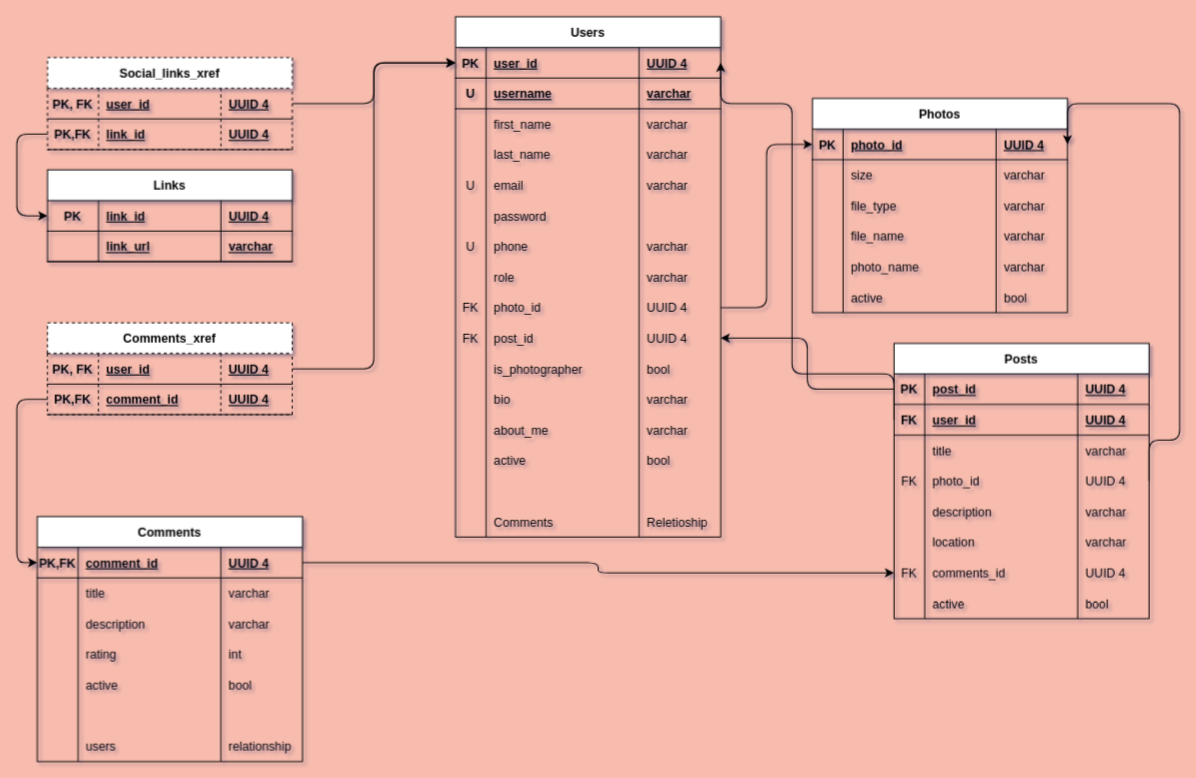
Earlier version of the draw.io diagram erd/erd.drawio (jakeegbert04/BE-capstone). Source tidied: cells renumbered, new cells numbered last; positions are measured from the earlier drawing's top-left corner, leaving out a move shared by most shapes. Both pictures are drawn from the tidied source at 102%, with x=0, y=0 at pixel (16, 16).
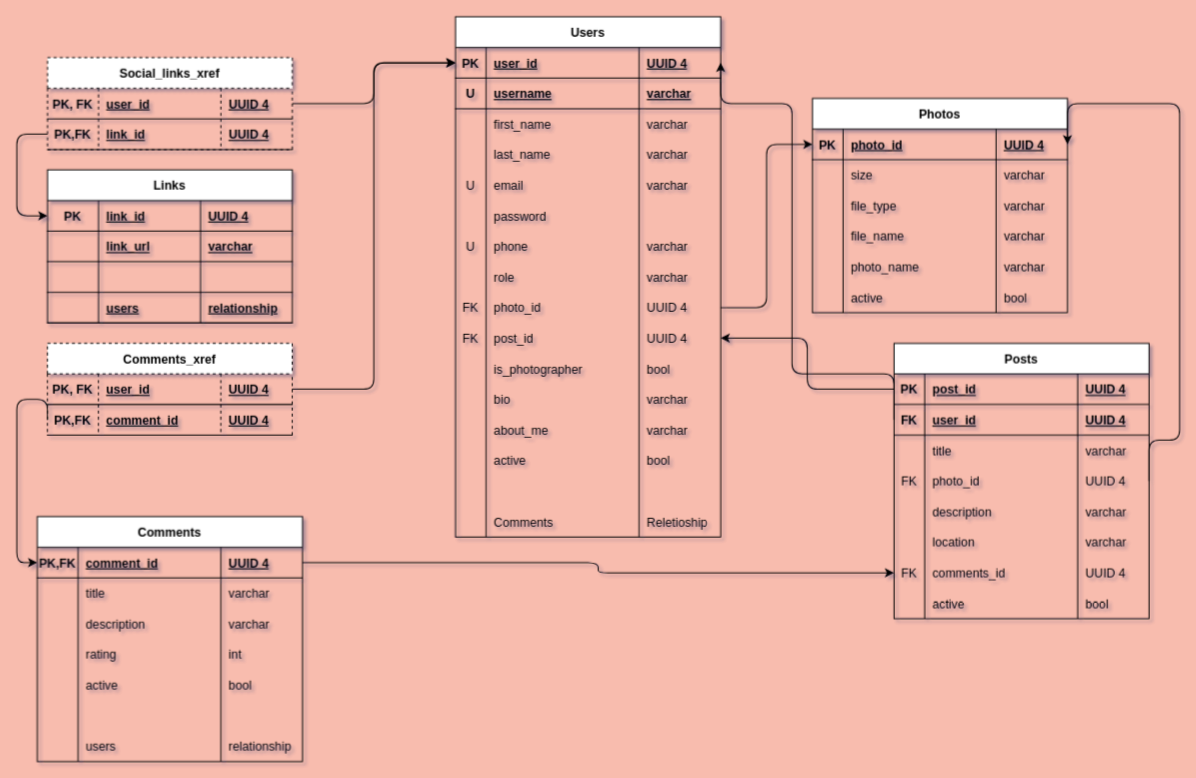
The same diagram, later.

Unchanged cells that the change refers to:
```xml
<mxCell id="166" style="shape=tableRow;horizontal=0;startSize=0;swimlaneHead=0;swimlaneBody=0;fillColor=none;points=[[0,0.5],[1,0.5]];portConstraint=eastwest;top=0;left=0;right=0;bottom=1;" parent="165" vertex="1">
  <mxGeometry y="30" width="240" height="30" as="geometry" />
</mxCell>
<mxCell id="170" style="shape=tableRow;horizontal=0;startSize=0;swimlaneHead=0;swimlaneBody=0;fillColor=none;top=0;left=0;right=0;bottom=1;" parent="165" vertex="1">
  <mxGeometry y="60" width="240" height="30" as="geometry" />
</mxCell>
```

Change to the diagram source:
```diff
@@
     <mxCell id="165" value="Links" style="shape=table;startSize=30;childLayout=tableLayout;rowLines=0;fontStyle=1;align=center;" parent="1" vertex="1">
-      <mxGeometry x="30" y="150" width="240" height="90" as="geometry" />
+      <mxGeometry x="30" y="150" width="240" height="150" as="geometry" />
     </mxCell>
@@
     <mxCell id="168" value="link_id" style="shape=partialRectangle;fillColor=none;top=0;left=0;bottom=0;right=0;align=left;spacingLeft=6;fontStyle=5;overflow=hidden;" parent="166" vertex="1">
-      <mxGeometry x="50" width="120" height="30" as="geometry" />
+      <mxGeometry x="50" width="100" height="30" as="geometry" />
     </mxCell>
     <mxCell id="169" value="UUID 4" style="shape=partialRectangle;fillColor=none;top=0;left=0;bottom=0;right=0;align=left;spacingLeft=6;fontStyle=5;overflow=hidden;" parent="166" vertex="1">
-      <mxGeometry x="170" width="70" height="30" as="geometry" />
+      <mxGeometry x="150" width="90" height="30" as="geometry" />
     </mxCell>
@@
     <mxCell id="172" value="link_url" style="shape=partialRectangle;fillColor=none;top=0;left=0;bottom=0;right=0;align=left;spacingLeft=6;fontStyle=5;overflow=hidden;" parent="170" vertex="1">
-      <mxGeometry x="50" width="120" height="30" as="geometry" />
+      <mxGeometry x="50" width="100" height="30" as="geometry" />
     </mxCell>
     <mxCell id="173" value="varchar" style="shape=partialRectangle;fillColor=none;top=0;left=0;bottom=0;right=0;align=left;spacingLeft=6;fontStyle=5;overflow=hidden;" parent="170" vertex="1">
-      <mxGeometry x="170" width="70" height="30" as="geometry" />
+      <mxGeometry x="150" width="90" height="30" as="geometry" />
     </mxCell>
+    <mxCell id="191" style="shape=tableRow;horizontal=0;startSize=0;swimlaneHead=0;swimlaneBody=0;fillColor=none;top=0;left=0;right=0;bottom=1;" parent="165" vertex="1">
+      <mxGeometry y="90" width="240" height="30" as="geometry" />
+    </mxCell>
+    <mxCell id="192" style="shape=partialRectangle;fillColor=none;top=0;left=0;bottom=0;right=0;fontStyle=1;overflow=hidden;" parent="191" vertex="1">
+      <mxGeometry width="50" height="30" as="geometry" />
+    </mxCell>
+    <mxCell id="193" style="shape=partialRectangle;fillColor=none;top=0;left=0;bottom=0;right=0;align=left;spacingLeft=6;fontStyle=5;overflow=hidden;" parent="191" vertex="1">
+      <mxGeometry x="50" width="100" height="30" as="geometry" />
+    </mxCell>
+    <mxCell id="194" style="shape=partialRectangle;fillColor=none;top=0;left=0;bottom=0;right=0;align=left;spacingLeft=6;fontStyle=5;overflow=hidden;" parent="191" vertex="1">
+      <mxGeometry x="150" width="90" height="30" as="geometry" />
+    </mxCell>
+    <mxCell id="195" style="shape=tableRow;horizontal=0;startSize=0;swimlaneHead=0;swimlaneBody=0;fillColor=none;top=0;left=0;right=0;bottom=1;" parent="165" vertex="1">
+      <mxGeometry y="120" width="240" height="30" as="geometry" />
+    </mxCell>
+    <mxCell id="196" style="shape=partialRectangle;fillColor=none;top=0;left=0;bottom=0;right=0;fontStyle=1;overflow=hidden;" parent="195" vertex="1">
+      <mxGeometry width="50" height="30" as="geometry" />
+    </mxCell>
+    <mxCell id="197" value="users" style="shape=partialRectangle;fillColor=none;top=0;left=0;bottom=0;right=0;align=left;spacingLeft=6;fontStyle=5;overflow=hidden;" parent="195" vertex="1">
+      <mxGeometry x="50" width="100" height="30" as="geometry" />
+    </mxCell>
+    <mxCell id="198" value="relationship" style="shape=partialRectangle;fillColor=none;top=0;left=0;bottom=0;right=0;align=left;spacingLeft=6;fontStyle=5;overflow=hidden;" parent="195" vertex="1">
+      <mxGeometry x="150" width="90" height="30" as="geometry" />
+    </mxCell>
     <mxCell id="174" value="Comments_xref" style="shape=table;startSize=30;childLayout=tableLayout;rowLines=0;fontStyle=1;align=center;dashed=1;" parent="1" vertex="1">
-      <mxGeometry x="30" y="300" width="240" height="90" as="geometry" />
+      <mxGeometry x="30" y="320" width="240" height="90" as="geometry" />
     </mxCell>
```
